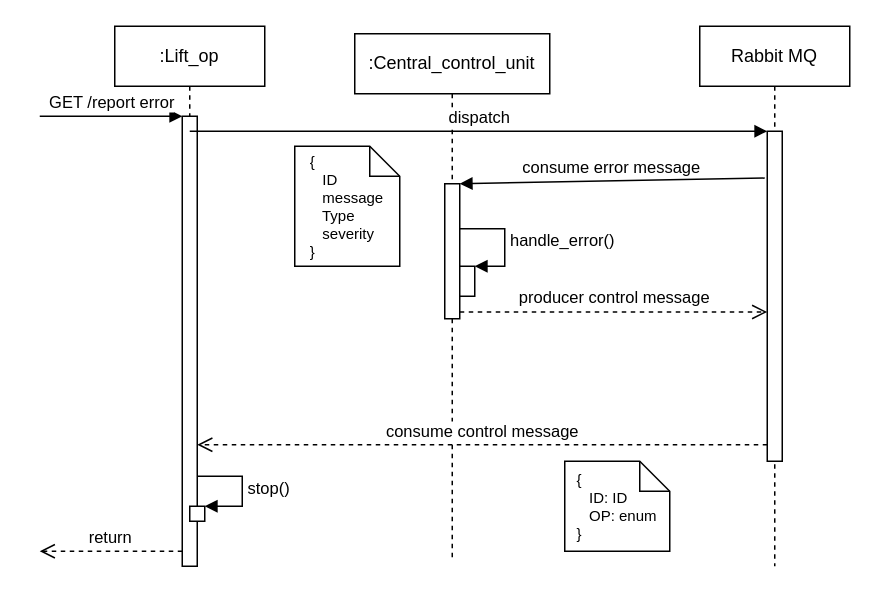
The draw.io diagram doc/diagrams/src/Lift op rabbit mq error messaging.drawio in AUT-Hard-Ski-Paradise/.github, before the edit. Source tidied: cells renumbered, new cells numbered last; positions are measured from the earlier drawing's top-left corner, leaving out a move shared by most shapes. Both pictures are drawn from the tidied source at 150%, with x=0, y=0 at pixel (39, 26).
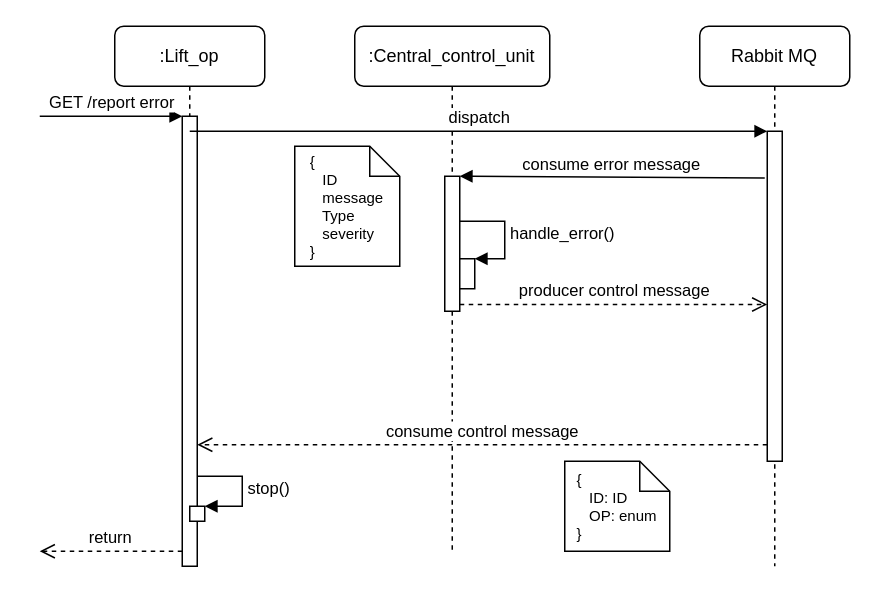
After the change.

The edit, as a diff of the source:
```diff
@@
-    <mxCell id="2" value=":Lift_op" style="shape=umlLifeline;perimeter=lifelinePerimeter;whiteSpace=wrap;html=1;" parent="1" vertex="1">
+    <mxCell id="2" value=":Lift_op" style="shape=umlLifeline;perimeter=lifelinePerimeter;whiteSpace=wrap;html=1;rounded=1;" parent="1" vertex="1">
       <mxGeometry x="50" width="100" height="360" as="geometry" />
     </mxCell>
@@
-    <mxCell id="9" value=":Central_control_unit" style="shape=umlLifeline;perimeter=lifelinePerimeter;whiteSpace=wrap;html=1;" parent="1" vertex="1">
-      <mxGeometry x="210" y="5" width="130" height="350" as="geometry" />
+    <mxCell id="9" value=":Central_control_unit" style="shape=umlLifeline;perimeter=lifelinePerimeter;whiteSpace=wrap;html=1;rounded=1;" parent="1" vertex="1">
+      <mxGeometry x="210" width="130" height="350" as="geometry" />
     </mxCell>
@@
-    <mxCell id="13" value="Rabbit MQ" style="shape=umlLifeline;perimeter=lifelinePerimeter;whiteSpace=wrap;html=1;" parent="1" vertex="1">
+    <mxCell id="13" value="Rabbit MQ" style="shape=umlLifeline;perimeter=lifelinePerimeter;whiteSpace=wrap;html=1;rounded=1;" parent="1" vertex="1">
       <mxGeometry x="440" width="100" height="360" as="geometry" />
     </mxCell>
```
